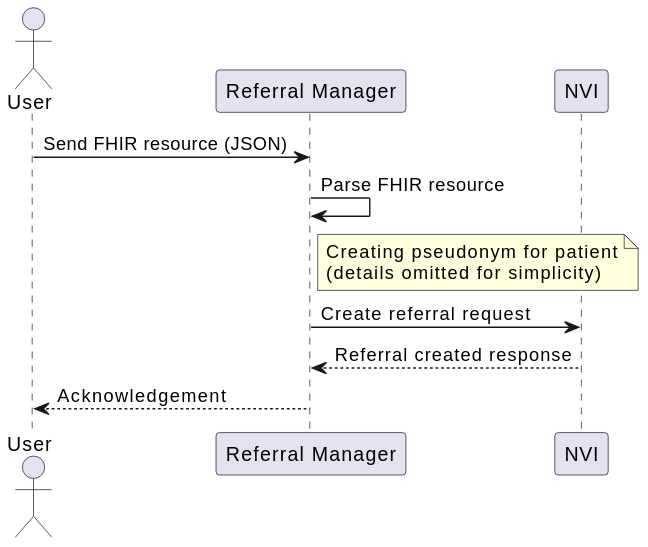
Earlier version of the PlantUML export docs/images/manual-registration.svg (minvws/gfmodules-nationale-verwijsindex-registratie-service). Its source is kept beside it as docs/puml/manual-registration.puml.
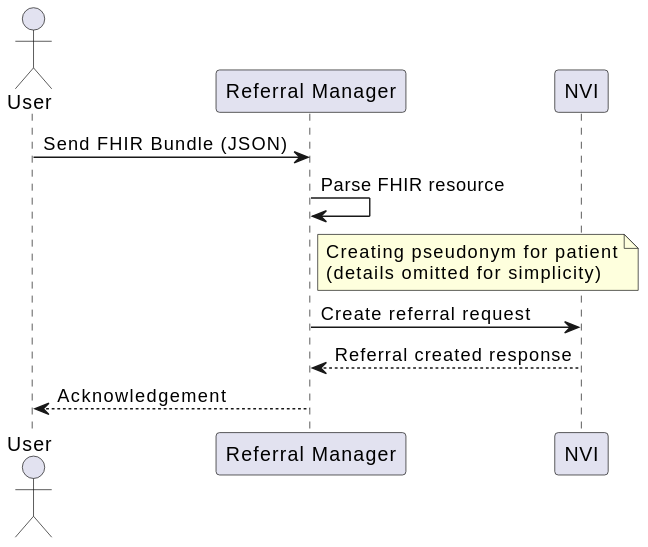
After the change.

The edit, as a diff of the source:
```diff
@@ -3,7 +3,7 @@
 participant "Referral Manager" as RM
 participant "NVI" as NVI
 
-User -> RM : Send FHIR resource (JSON)
+User -> RM : Send FHIR Bundle (JSON)
 RM -> RM : Parse FHIR resource
 
 note right of RM
```
